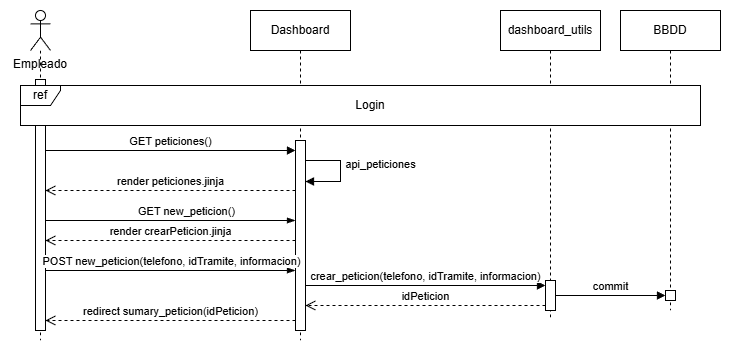
This is documents/img/diagramas/secuencia_crear_peticion.png from humaral/tfg, a draw.io export, as it was before one commit. Source tidied: cells renumbered, new cells last; positions are measured from the earlier drawing's top-left corner, leaving out a move shared by most shapes. The source it was exported from:
```xml
<mxGraphModel>
  <root>
    <mxCell id="0" />
    <mxCell id="1" parent="0" />
    <mxCell id="2" value="dashboard_utils" style="shape=umlLifeline;perimeter=lifelinePerimeter;whiteSpace=wrap;html=1;newEdgeStyle={&quot;curved&quot;:0,&quot;rounded&quot;:0};" parent="1" vertex="1">
      <mxGeometry x="490" width="100" height="310" as="geometry" />
    </mxCell>
    <mxCell id="3" style="html=1;points=[[0,0,0,0,5],[0,1,0,0,-5],[1,0,0,0,5],[1,1,0,0,-5]];perimeter=orthogonalPerimeter;outlineConnect=0;targetShapes=umlLifeline;portConstraint=eastwest;newEdgeStyle={&quot;curved&quot;:0,&quot;rounded&quot;:0};" parent="2" vertex="1">
      <mxGeometry x="45" y="270" width="10" height="30" as="geometry" />
    </mxCell>
    <mxCell id="4" style="shape=umlLifeline;perimeter=lifelinePerimeter;whiteSpace=wrap;html=1;newEdgeStyle={&quot;curved&quot;:0,&quot;rounded&quot;:0};participant=umlActor;" parent="1" vertex="1">
      <mxGeometry x="20" width="20" height="330" as="geometry" />
    </mxCell>
    <mxCell id="5" style="html=1;points=[[0,0,0,0,5],[0,1,0,0,-5],[1,0,0,0,5],[1,1,0,0,-5]];perimeter=orthogonalPerimeter;outlineConnect=0;targetShapes=umlLifeline;portConstraint=eastwest;newEdgeStyle={&quot;curved&quot;:0,&quot;rounded&quot;:0};" parent="4" vertex="1">
      <mxGeometry x="5" y="69" width="10" height="251" as="geometry" />
    </mxCell>
    <mxCell id="6" value="Dashboard" style="shape=umlLifeline;perimeter=lifelinePerimeter;whiteSpace=wrap;html=1;newEdgeStyle={&quot;edgeStyle&quot;:&quot;elbowEdgeStyle&quot;,&quot;elbow&quot;:&quot;vertical&quot;,&quot;curved&quot;:0,&quot;rounded&quot;:0};" parent="1" vertex="1">
      <mxGeometry x="240" width="100" height="330" as="geometry" />
    </mxCell>
    <mxCell id="7" style="html=1;points=[[0,0,0,0,5],[0,1,0,0,-5],[1,0,0,0,5],[1,1,0,0,-5]];perimeter=orthogonalPerimeter;outlineConnect=0;targetShapes=umlLifeline;portConstraint=eastwest;newEdgeStyle={&quot;curved&quot;:0,&quot;rounded&quot;:0};" parent="6" vertex="1">
      <mxGeometry x="45" y="130" width="10" height="190" as="geometry" />
    </mxCell>
    <mxCell id="8" value="api_peticiones" style="html=1;verticalAlign=bottom;endArrow=block;curved=0;rounded=0;" parent="6" edge="1" source="7">
      <mxGeometry x="0.05" y="40" relative="1" as="geometry">
        <mxPoint x="55" y="171" as="targetPoint" />
        <Array as="points">
          <mxPoint x="70" y="150" />
          <mxPoint x="90" y="150" />
          <mxPoint x="90" y="171" />
        </Array>
      </mxGeometry>
    </mxCell>
    <mxCell id="9" value="Empleado" style="text;html=1;whiteSpace=wrap;strokeColor=none;fillColor=none;align=center;verticalAlign=middle;rounded=0;" parent="1" vertex="1">
      <mxGeometry y="39" width="60" height="30" as="geometry" />
    </mxCell>
    <mxCell id="10" value="GET peticiones()" style="html=1;verticalAlign=bottom;endArrow=block;curved=0;rounded=0;" parent="1" edge="1" target="7">
      <mxGeometry relative="1" as="geometry">
        <mxPoint x="35" y="140" as="sourcePoint" />
      </mxGeometry>
    </mxCell>
    <mxCell id="11" value="BBDD" style="shape=umlLifeline;perimeter=lifelinePerimeter;whiteSpace=wrap;html=1;newEdgeStyle={&quot;curved&quot;:0,&quot;rounded&quot;:0};" parent="1" vertex="1">
      <mxGeometry x="610" width="100" height="300" as="geometry" />
    </mxCell>
    <mxCell id="12" value="ref" style="shape=umlFrame;whiteSpace=wrap;html=1;gradientColor=none;strokeColor=default;swimlaneFillColor=default;width=40;height=20;" parent="1" vertex="1">
      <mxGeometry x="10" y="75" width="680" height="40" as="geometry" />
    </mxCell>
    <mxCell id="13" value="Login" style="text;html=1;whiteSpace=wrap;strokeColor=none;fillColor=none;align=center;verticalAlign=middle;rounded=0;" parent="1" vertex="1">
      <mxGeometry x="330" y="80" width="60" height="30" as="geometry" />
    </mxCell>
    <mxCell id="14" style="edgeStyle=elbowEdgeStyle;fontSize=12;html=1;endArrow=blockThin;endFill=1;rounded=0;" parent="1" edge="1" source="5" target="7">
      <mxGeometry relative="1" as="geometry">
        <Array as="points">
          <mxPoint x="200" y="210" />
        </Array>
      </mxGeometry>
    </mxCell>
    <mxCell id="15" value="GET new_peticion()" style="edgeLabel;html=1;align=center;verticalAlign=middle;" parent="14" vertex="1">
      <mxGeometry x="0.36" y="-1" relative="1" as="geometry">
        <mxPoint x="-31" y="-11" as="offset" />
      </mxGeometry>
    </mxCell>
    <mxCell id="16" value="render peticiones.jinja" style="html=1;verticalAlign=bottom;endArrow=open;dashed=1;endSize=8;curved=0;rounded=0;" parent="1" edge="1" source="7" target="5">
      <mxGeometry relative="1" as="geometry">
        <Array as="points">
          <mxPoint x="190" y="180" />
        </Array>
      </mxGeometry>
    </mxCell>
    <mxCell id="17" value="render crearPeticion.jinja" style="html=1;verticalAlign=bottom;endArrow=open;dashed=1;endSize=8;curved=0;rounded=0;" parent="1" edge="1" source="7" target="5">
      <mxGeometry relative="1" as="geometry">
        <Array as="points">
          <mxPoint x="185" y="230" />
        </Array>
      </mxGeometry>
    </mxCell>
    <mxCell id="18" style="edgeStyle=elbowEdgeStyle;fontSize=12;html=1;endArrow=blockThin;endFill=1;rounded=0;" parent="1" edge="1" source="5" target="7">
      <mxGeometry relative="1" as="geometry">
        <Array as="points">
          <mxPoint x="200" y="260" />
        </Array>
      </mxGeometry>
    </mxCell>
    <mxCell id="19" value="POST new_peticion(telefono, idTramite, informacion)" style="edgeLabel;html=1;align=center;verticalAlign=middle;" parent="18" vertex="1">
      <mxGeometry x="-0.19" y="-2" relative="1" as="geometry">
        <mxPoint x="24" y="-12" as="offset" />
      </mxGeometry>
    </mxCell>
    <mxCell id="20" value="crear_peticion(telefono, idTramite, informacion)" style="html=1;verticalAlign=bottom;endArrow=block;curved=0;rounded=0;entryX=0;entryY=0;entryDx=0;entryDy=5;" parent="1" edge="1" source="7" target="3">
      <mxGeometry relative="1" as="geometry" />
    </mxCell>
    <mxCell id="21" style="html=1;points=[[0,0,0,0,5],[0,1,0,0,-5],[1,0,0,0,5],[1,1,0,0,-5]];perimeter=orthogonalPerimeter;outlineConnect=0;targetShapes=umlLifeline;portConstraint=eastwest;newEdgeStyle={&quot;curved&quot;:0,&quot;rounded&quot;:0};" parent="1" vertex="1">
      <mxGeometry x="655" y="280" width="10" height="10" as="geometry" />
    </mxCell>
    <mxCell id="22" value="commit" style="html=1;verticalAlign=bottom;endArrow=block;curved=0;rounded=0;entryX=0;entryY=0;entryDx=0;entryDy=5;entryPerimeter=0;" parent="1" edge="1" source="3" target="21">
      <mxGeometry relative="1" as="geometry" />
    </mxCell>
    <mxCell id="23" value="idPeticion" style="html=1;verticalAlign=bottom;endArrow=open;dashed=1;endSize=8;curved=0;rounded=0;exitX=0;exitY=1;exitDx=0;exitDy=-5;" parent="1" edge="1" source="3" target="7">
      <mxGeometry relative="1" as="geometry" />
    </mxCell>
    <mxCell id="24" value="redirect sumary_peticion(idPeticion)" style="html=1;verticalAlign=bottom;endArrow=open;dashed=1;endSize=8;curved=0;rounded=0;" parent="1" edge="1" source="7" target="5">
      <mxGeometry relative="1" as="geometry">
        <Array as="points">
          <mxPoint x="160" y="310" />
        </Array>
      </mxGeometry>
    </mxCell>
  </root>
</mxGraphModel>
```
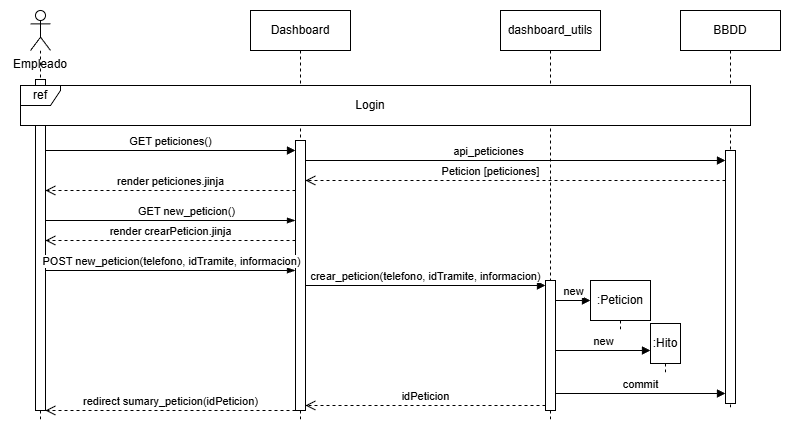
The same diagram one commit later.

The edit, as a diff of the source:
```diff
@@ -3,33 +3,23 @@
     <mxCell id="0" />
     <mxCell id="1" parent="0" />
     <mxCell id="2" value="dashboard_utils" style="shape=umlLifeline;perimeter=lifelinePerimeter;whiteSpace=wrap;html=1;newEdgeStyle={&quot;curved&quot;:0,&quot;rounded&quot;:0};" parent="1" vertex="1">
-      <mxGeometry x="490" width="100" height="310" as="geometry" />
+      <mxGeometry x="490" width="100" height="410" as="geometry" />
     </mxCell>
     <mxCell id="3" style="html=1;points=[[0,0,0,0,5],[0,1,0,0,-5],[1,0,0,0,5],[1,1,0,0,-5]];perimeter=orthogonalPerimeter;outlineConnect=0;targetShapes=umlLifeline;portConstraint=eastwest;newEdgeStyle={&quot;curved&quot;:0,&quot;rounded&quot;:0};" parent="2" vertex="1">
-      <mxGeometry x="45" y="270" width="10" height="30" as="geometry" />
+      <mxGeometry x="45" y="270" width="10" height="130" as="geometry" />
     </mxCell>
     <mxCell id="4" style="shape=umlLifeline;perimeter=lifelinePerimeter;whiteSpace=wrap;html=1;newEdgeStyle={&quot;curved&quot;:0,&quot;rounded&quot;:0};participant=umlActor;" parent="1" vertex="1">
-      <mxGeometry x="20" width="20" height="330" as="geometry" />
+      <mxGeometry x="20" width="20" height="410" as="geometry" />
     </mxCell>
     <mxCell id="5" style="html=1;points=[[0,0,0,0,5],[0,1,0,0,-5],[1,0,0,0,5],[1,1,0,0,-5]];perimeter=orthogonalPerimeter;outlineConnect=0;targetShapes=umlLifeline;portConstraint=eastwest;newEdgeStyle={&quot;curved&quot;:0,&quot;rounded&quot;:0};" parent="4" vertex="1">
-      <mxGeometry x="5" y="69" width="10" height="251" as="geometry" />
+      <mxGeometry x="5" y="69" width="10" height="331" as="geometry" />
     </mxCell>
     <mxCell id="6" value="Dashboard" style="shape=umlLifeline;perimeter=lifelinePerimeter;whiteSpace=wrap;html=1;newEdgeStyle={&quot;edgeStyle&quot;:&quot;elbowEdgeStyle&quot;,&quot;elbow&quot;:&quot;vertical&quot;,&quot;curved&quot;:0,&quot;rounded&quot;:0};" parent="1" vertex="1">
-      <mxGeometry x="240" width="100" height="330" as="geometry" />
+      <mxGeometry x="240" width="100" height="410" as="geometry" />
     </mxCell>
     <mxCell id="7" style="html=1;points=[[0,0,0,0,5],[0,1,0,0,-5],[1,0,0,0,5],[1,1,0,0,-5]];perimeter=orthogonalPerimeter;outlineConnect=0;targetShapes=umlLifeline;portConstraint=eastwest;newEdgeStyle={&quot;curved&quot;:0,&quot;rounded&quot;:0};" parent="6" vertex="1">
-      <mxGeometry x="45" y="130" width="10" height="190" as="geometry" />
+      <mxGeometry x="45" y="130" width="10" height="270" as="geometry" />
     </mxCell>
-    <mxCell id="8" value="api_peticiones" style="html=1;verticalAlign=bottom;endArrow=block;curved=0;rounded=0;" parent="6" edge="1" source="7">
-      <mxGeometry x="0.05" y="40" relative="1" as="geometry">
-        <mxPoint x="55" y="171" as="targetPoint" />
-        <Array as="points">
-          <mxPoint x="70" y="150" />
-          <mxPoint x="90" y="150" />
-          <mxPoint x="90" y="171" />
-        </Array>
-      </mxGeometry>
-    </mxCell>
     <mxCell id="9" value="Empleado" style="text;html=1;whiteSpace=wrap;strokeColor=none;fillColor=none;align=center;verticalAlign=middle;rounded=0;" parent="1" vertex="1">
       <mxGeometry y="39" width="60" height="30" as="geometry" />
     </mxCell>
@@ -39,10 +29,13 @@
       </mxGeometry>
     </mxCell>
     <mxCell id="11" value="BBDD" style="shape=umlLifeline;perimeter=lifelinePerimeter;whiteSpace=wrap;html=1;newEdgeStyle={&quot;curved&quot;:0,&quot;rounded&quot;:0};" parent="1" vertex="1">
-      <mxGeometry x="610" width="100" height="300" as="geometry" />
+      <mxGeometry x="670" width="100" height="400" as="geometry" />
     </mxCell>
+    <mxCell id="21" style="html=1;points=[[0,0,0,0,5],[0,1,0,0,-5],[1,0,0,0,5],[1,1,0,0,-5]];perimeter=orthogonalPerimeter;outlineConnect=0;targetShapes=umlLifeline;portConstraint=eastwest;newEdgeStyle={&quot;curved&quot;:0,&quot;rounded&quot;:0};" parent="11" vertex="1">
+      <mxGeometry x="45" y="140" width="10" height="253" as="geometry" />
+    </mxCell>
     <mxCell id="12" value="ref" style="shape=umlFrame;whiteSpace=wrap;html=1;gradientColor=none;strokeColor=default;swimlaneFillColor=default;width=40;height=20;" parent="1" vertex="1">
-      <mxGeometry x="10" y="75" width="680" height="40" as="geometry" />
+      <mxGeometry x="10" y="75" width="730" height="40" as="geometry" />
     </mxCell>
     <mxCell id="13" value="Login" style="text;html=1;whiteSpace=wrap;strokeColor=none;fillColor=none;align=center;verticalAlign=middle;rounded=0;" parent="1" vertex="1">
       <mxGeometry x="330" y="80" width="60" height="30" as="geometry" />
@@ -88,21 +81,57 @@
     <mxCell id="20" value="crear_peticion(telefono, idTramite, informacion)" style="html=1;verticalAlign=bottom;endArrow=block;curved=0;rounded=0;entryX=0;entryY=0;entryDx=0;entryDy=5;" parent="1" edge="1" source="7" target="3">
       <mxGeometry relative="1" as="geometry" />
     </mxCell>
-    <mxCell id="21" style="html=1;points=[[0,0,0,0,5],[0,1,0,0,-5],[1,0,0,0,5],[1,1,0,0,-5]];perimeter=orthogonalPerimeter;outlineConnect=0;targetShapes=umlLifeline;portConstraint=eastwest;newEdgeStyle={&quot;curved&quot;:0,&quot;rounded&quot;:0};" parent="1" vertex="1">
-      <mxGeometry x="655" y="280" width="10" height="10" as="geometry" />
-    </mxCell>
-    <mxCell id="22" value="commit" style="html=1;verticalAlign=bottom;endArrow=block;curved=0;rounded=0;entryX=0;entryY=0;entryDx=0;entryDy=5;entryPerimeter=0;" parent="1" edge="1" source="3" target="21">
-      <mxGeometry relative="1" as="geometry" />
-    </mxCell>
     <mxCell id="23" value="idPeticion" style="html=1;verticalAlign=bottom;endArrow=open;dashed=1;endSize=8;curved=0;rounded=0;exitX=0;exitY=1;exitDx=0;exitDy=-5;" parent="1" edge="1" source="3" target="7">
       <mxGeometry relative="1" as="geometry" />
     </mxCell>
     <mxCell id="24" value="redirect sumary_peticion(idPeticion)" style="html=1;verticalAlign=bottom;endArrow=open;dashed=1;endSize=8;curved=0;rounded=0;" parent="1" edge="1" source="7" target="5">
       <mxGeometry relative="1" as="geometry">
         <Array as="points">
-          <mxPoint x="160" y="310" />
+          <mxPoint x="170" y="400" />
         </Array>
       </mxGeometry>
     </mxCell>
+    <mxCell id="25" value=":Peticion" style="shape=umlLifeline;perimeter=lifelinePerimeter;whiteSpace=wrap;html=1;newEdgeStyle={&quot;edgeStyle&quot;:&quot;elbowEdgeStyle&quot;,&quot;elbow&quot;:&quot;vertical&quot;,&quot;curved&quot;:0,&quot;rounded&quot;:0};" parent="1" vertex="1">
+      <mxGeometry x="580" y="270" width="60" height="50" as="geometry" />
+    </mxCell>
+    <mxCell id="26" value=":Hito" style="shape=umlLifeline;perimeter=lifelinePerimeter;whiteSpace=wrap;html=1;newEdgeStyle={&quot;edgeStyle&quot;:&quot;elbowEdgeStyle&quot;,&quot;elbow&quot;:&quot;vertical&quot;,&quot;curved&quot;:0,&quot;rounded&quot;:0};" parent="1" vertex="1">
+      <mxGeometry x="640" y="313" width="30" height="50" as="geometry" />
+    </mxCell>
+    <mxCell id="27" value="new" style="html=1;verticalAlign=bottom;endArrow=block;curved=0;rounded=0;" parent="1" edge="1">
+      <mxGeometry relative="1" as="geometry">
+        <mxPoint x="545" y="290" as="sourcePoint" />
+        <mxPoint x="580" y="290" as="targetPoint" />
+      </mxGeometry>
+    </mxCell>
+    <mxCell id="28" value="new" style="html=1;verticalAlign=bottom;endArrow=block;curved=0;rounded=0;" parent="1" edge="1">
+      <mxGeometry relative="1" as="geometry">
+        <mxPoint x="545" y="340" as="sourcePoint" />
+        <mxPoint x="640" y="340" as="targetPoint" />
+      </mxGeometry>
+    </mxCell>
+    <mxCell id="22" value="commit" style="html=1;verticalAlign=bottom;endArrow=block;curved=0;rounded=0;" parent="1" edge="1" target="21">
+      <mxGeometry relative="1" as="geometry">
+        <mxPoint x="545" y="383" as="sourcePoint" />
+        <Array as="points">
+          <mxPoint x="630" y="383" />
+        </Array>
+      </mxGeometry>
+    </mxCell>
+    <mxCell id="8" value="api_peticiones" style="html=1;verticalAlign=bottom;endArrow=block;curved=0;rounded=0;" parent="1" edge="1" source="7" target="21">
+      <mxGeometry x="-0.13" relative="1" as="geometry">
+        <Array as="points">
+          <mxPoint x="310" y="150" />
+          <mxPoint x="410" y="150" />
+          <mxPoint x="460" y="150" />
+        </Array>
+      </mxGeometry>
+    </mxCell>
+    <mxCell id="29" value="Peticion [peticiones]" style="html=1;verticalAlign=bottom;endArrow=open;dashed=1;endSize=8;curved=0;rounded=0;" parent="1" edge="1" source="21" target="7">
+      <mxGeometry x="0.12" relative="1" as="geometry">
+        <Array as="points">
+          <mxPoint x="490" y="170" />
+        </Array>
+      </mxGeometry>
+    </mxCell>
   </root>
 </mxGraphModel>
```
